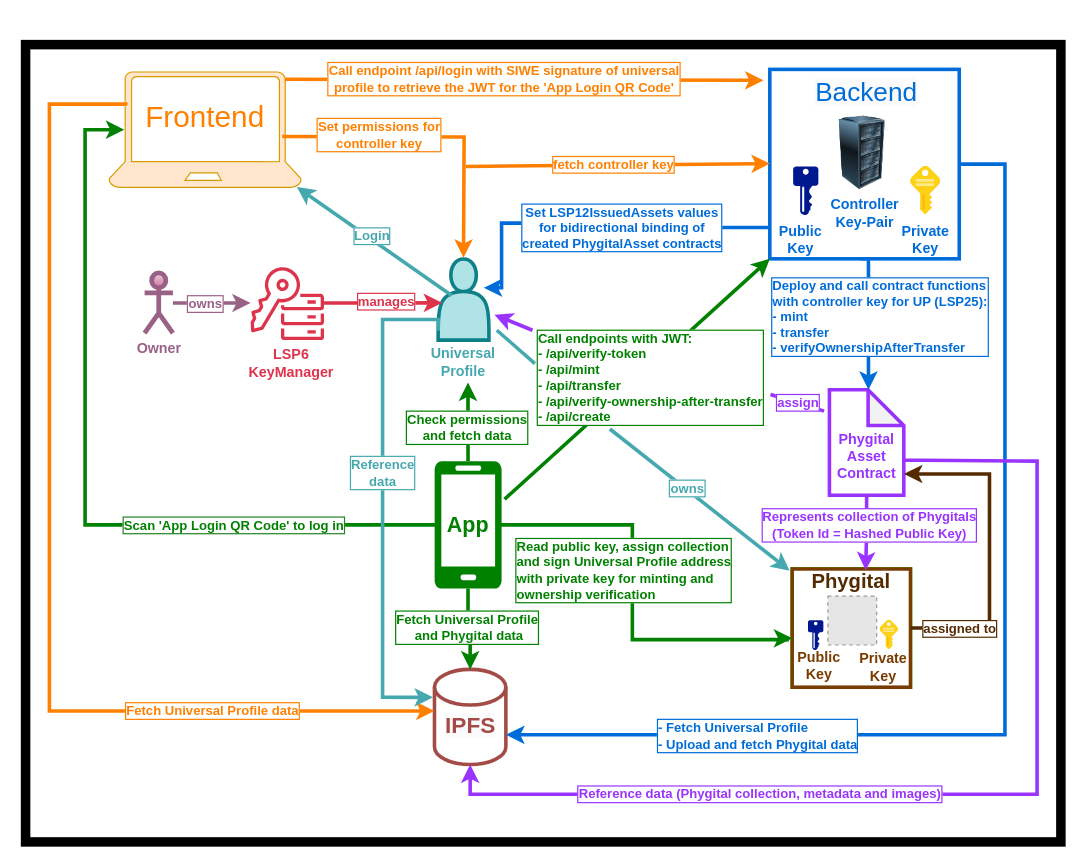
This is images/overview.drawio from Tuszy/phygital, a draw.io file, before an edit. Source tidied: cells renumbered, new cells numbered last; positions are measured from the earlier drawing's top-left corner, leaving out a move shared by most shapes. Both pictures are drawn from the tidied source at 119%, with x=0, y=0 at pixel (25, 20). Pictures stored in the file or linked from it are replaced by grey dashed boxes.
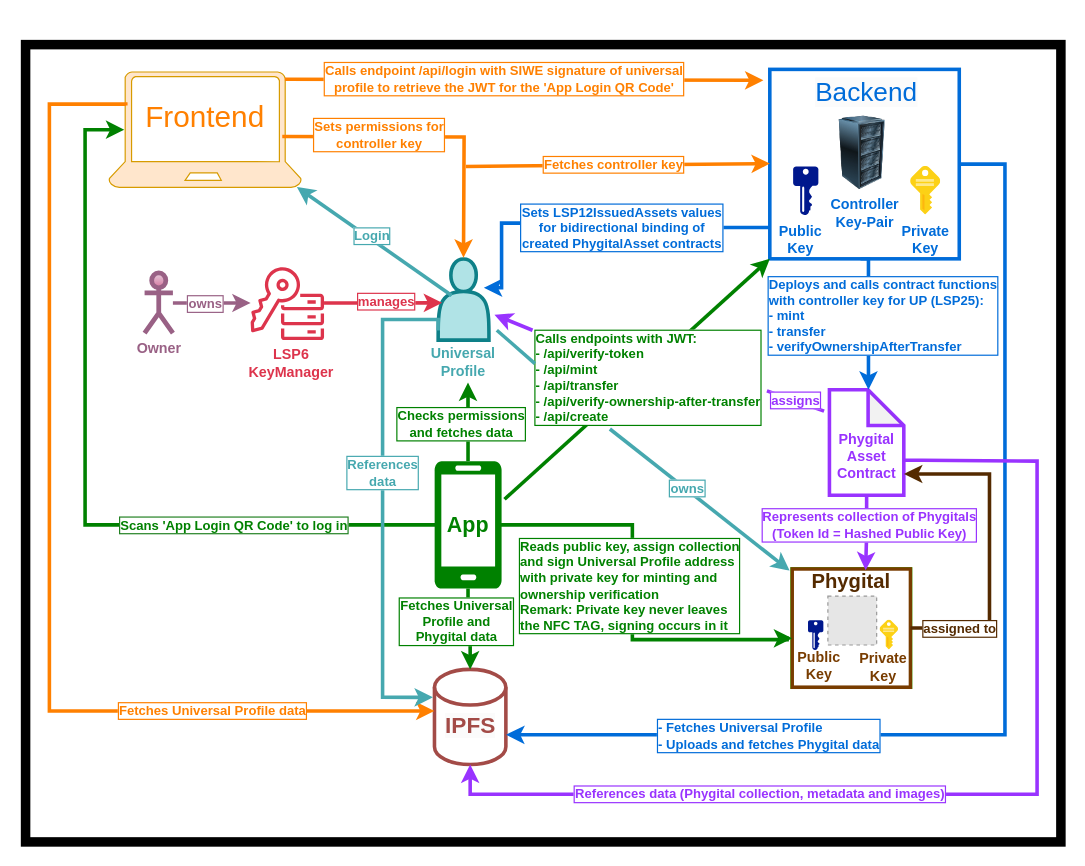
The same diagram, later.

Commit message (it also covers changes not shown here):
upadte overview diagram

Unchanged cells that the change refers to:
```xml
<mxCell id="13" style="edgeStyle=orthogonalEdgeStyle;rounded=0;orthogonalLoop=1;jettySize=auto;html=1;exitX=0;exitY=0.5;exitDx=0;exitDy=0;entryX=0.9;entryY=0.5;entryDx=0;entryDy=0;entryPerimeter=0;fontStyle=1;strokeColor=#006CD9;strokeWidth=3;" parent="3" edge="1">
  <mxGeometry relative="1" as="geometry">
    <mxPoint x="545.4" y="-16.3" as="sourcePoint" />
    <mxPoint x="305.1" y="34.3" as="targetPoint" />
    <Array as="points">
      <mxPoint x="427" y="-16" />
      <mxPoint x="427" y="-20" />
      <mxPoint x="320" y="-20" />
      <mxPoint x="320" y="34" />
    </Array>
  </mxGeometry>
</mxCell>
<mxCell id="36" style="edgeStyle=orthogonalEdgeStyle;rounded=0;orthogonalLoop=1;jettySize=auto;html=1;exitX=0.901;exitY=0.501;exitDx=0;exitDy=0;exitPerimeter=0;strokeColor=#FF8000;strokeWidth=3;" parent="1" edge="1">
  <mxGeometry relative="1" as="geometry">
    <mxPoint x="215.7" y="97.2" as="sourcePoint" />
    <mxPoint x="368" y="199" as="targetPoint" />
  </mxGeometry>
</mxCell>
<mxCell id="38" style="endArrow=classic;html=1;rounded=0;entryX=0;entryY=0.25;entryDx=0;entryDy=0;strokeColor=#FF8000;strokeWidth=3;" parent="1" edge="1">
  <mxGeometry relative="1" as="geometry">
    <mxPoint x="370" y="122.4" as="sourcePoint" />
    <mxPoint x="625.4" y="120" as="targetPoint" />
  </mxGeometry>
</mxCell>
<mxCell id="40" style="endArrow=classic;html=1;rounded=0;exitX=0.915;exitY=0.063;exitDx=0;exitDy=0;exitPerimeter=0;fontColor=#D6B656;strokeColor=#FF8000;strokeWidth=3;" parent="1" edge="1" source="16">
  <mxGeometry relative="1" as="geometry">
    <mxPoint x="620" y="50" as="targetPoint" />
  </mxGeometry>
</mxCell>
<mxCell id="50" style="edgeStyle=orthogonalEdgeStyle;rounded=0;jettySize=auto;html=1;entryX=0;entryY=0.437;entryDx=0;entryDy=0;entryPerimeter=0;exitX=0.088;exitY=0.29;exitDx=0;exitDy=0;exitPerimeter=0;fillColor=#fff2cc;strokeColor=#FF8000;strokeWidth=3;" parent="1" edge="1" source="16" target="43">
  <mxGeometry relative="1" as="geometry">
    <Array as="points">
      <mxPoint x="84" y="70" />
      <mxPoint x="20" y="70" />
      <mxPoint x="20" y="580" />
    </Array>
  </mxGeometry>
</mxCell>
<mxCell id="52" style="edgeStyle=orthogonalEdgeStyle;rounded=0;jettySize=auto;html=1;entryX=0.08;entryY=0.5;entryDx=0;entryDy=0;entryPerimeter=0;strokeWidth=3;fillColor=#d5e8d4;strokeColor=#008100;" parent="1" edge="1" source="49" target="16">
  <mxGeometry relative="1" as="geometry">
    <Array as="points">
      <mxPoint x="50" y="424" />
      <mxPoint x="50" y="91" />
    </Array>
  </mxGeometry>
</mxCell>
<mxCell id="54" style="edgeStyle=orthogonalEdgeStyle;rounded=0;jettySize=auto;html=1;exitX=0.5;exitY=0;exitDx=0;exitDy=0;exitPerimeter=0;entryX=0.559;entryY=1;entryDx=0;entryDy=0;entryPerimeter=0;strokeWidth=3;strokeColor=#008100;" parent="1" edge="1" source="48" target="6">
  <mxGeometry relative="1" as="geometry" />
</mxCell>
<mxCell id="56" style="edgeStyle=orthogonalEdgeStyle;rounded=0;jettySize=auto;html=1;exitX=0.5;exitY=1;exitDx=0;exitDy=0;exitPerimeter=0;entryX=0.5;entryY=0;entryDx=0;entryDy=0;entryPerimeter=0;strokeWidth=3;strokeColor=#008100;" parent="1" edge="1" source="48" target="43">
  <mxGeometry relative="1" as="geometry" />
</mxCell>
<mxCell id="58" style="edgeStyle=orthogonalEdgeStyle;rounded=0;orthogonalLoop=1;jettySize=auto;html=1;entryX=0.001;entryY=0.587;entryDx=0;entryDy=0;entryPerimeter=0;strokeWidth=3;strokeColor=#008100;" parent="1" edge="1">
  <mxGeometry relative="1" as="geometry">
    <mxPoint x="396.7" y="423.6" as="sourcePoint" />
    <mxPoint x="644.2" y="518.9" as="targetPoint" />
    <Array as="points">
      <mxPoint x="509.9" y="424" />
      <mxPoint x="509.9" y="520" />
      <mxPoint x="639.9" y="520" />
      <mxPoint x="639.9" y="519" />
    </Array>
  </mxGeometry>
</mxCell>
<mxCell id="63" style="edgeStyle=orthogonalEdgeStyle;rounded=0;jettySize=auto;html=1;exitX=1;exitY=0.5;exitDx=0;exitDy=0;entryX=1.004;entryY=0.686;entryDx=0;entryDy=0;entryPerimeter=0;fontColor=#006CD9;labelBorderColor=#006CD9;strokeWidth=3;strokeColor=#006CD9;" parent="1" edge="1" source="19" target="43">
  <mxGeometry relative="1" as="geometry">
    <Array as="points">
      <mxPoint x="823" y="120" />
      <mxPoint x="823" y="600" />
      <mxPoint x="416" y="600" />
    </Array>
  </mxGeometry>
</mxCell>
<mxCell id="65" style="edgeStyle=orthogonalEdgeStyle;rounded=0;jettySize=auto;html=1;entryX=-0.022;entryY=0.294;entryDx=0;entryDy=0;entryPerimeter=0;exitX=0;exitY=0.883;exitDx=0;exitDy=0;exitPerimeter=0;strokeWidth=3;strokeColor=#46A8AF;" parent="1" edge="1" source="5" target="43">
  <mxGeometry relative="1" as="geometry">
    <Array as="points">
      <mxPoint x="347" y="251" />
      <mxPoint x="300" y="251" />
      <mxPoint x="300" y="569" />
    </Array>
  </mxGeometry>
</mxCell>
<mxCell id="67" style="edgeStyle=orthogonalEdgeStyle;rounded=0;jettySize=auto;html=1;entryX=0.5;entryY=1;entryDx=0;entryDy=0;entryPerimeter=0;exitX=0;exitY=0;exitDx=62.5103843579692;exitDy=59.34;exitPerimeter=0;strokeWidth=3;strokeColor=#9933FF;" parent="1" edge="1" source="61" target="43">
  <mxGeometry relative="1" as="geometry">
    <Array as="points">
      <mxPoint x="753" y="369" />
      <mxPoint x="850" y="370" />
      <mxPoint x="850" y="650" />
      <mxPoint x="374" y="650" />
    </Array>
  </mxGeometry>
</mxCell>
<mxCell id="69" style="edgeStyle=orthogonalEdgeStyle;rounded=0;orthogonalLoop=1;jettySize=auto;html=1;entryX=0.5;entryY=0;entryDx=0;entryDy=0;entryPerimeter=0;strokeColor=#006CD9;strokeWidth=3;fontColor=#006CD9;" parent="1" edge="1">
  <mxGeometry relative="1" as="geometry">
    <mxPoint x="701.6" y="200" as="sourcePoint" />
    <mxPoint x="708.3" y="310" as="targetPoint" />
    <Array as="points">
      <mxPoint x="708" y="200" />
    </Array>
  </mxGeometry>
</mxCell>
<mxCell id="71" style="endArrow=classic;html=1;rounded=0;entryX=0;entryY=1;entryDx=0;entryDy=0;exitX=1.044;exitY=0.299;exitDx=0;exitDy=0;exitPerimeter=0;strokeWidth=3;strokeColor=#008100;" parent="1" edge="1" source="48" target="19">
  <mxGeometry relative="1" as="geometry" />
</mxCell>
<mxCell id="82" style="endArrow=classic;html=1;rounded=0;strokeColor=#9933FF;strokeWidth=3;" parent="1" edge="1">
  <mxGeometry relative="1" as="geometry">
    <mxPoint x="426" y="260" as="sourcePoint" />
    <mxPoint x="394" y="247" as="targetPoint" />
  </mxGeometry>
</mxCell>
```

The edit, as a diff of the source:
```diff
@@
-    <mxCell id="14" value="Set LSP12IssuedAssets values&lt;br&gt;for bidirectional binding of&lt;br&gt;created PhygitalAsset contracts" style="edgeLabel;html=1;align=center;verticalAlign=middle;fontStyle=1;fontColor=#006CD9;labelBorderColor=#006CD9;" parent="13" vertex="1">
+    <mxCell id="14" value="Sets LSP12IssuedAssets values&lt;br&gt;for bidirectional binding of&lt;br&gt;created PhygitalAsset contracts" style="edgeLabel;html=1;align=center;verticalAlign=middle;fontStyle=1;fontColor=#006CD9;labelBorderColor=#006CD9;" parent="13" vertex="1">
       <mxGeometry x="0.09" relative="1" as="geometry">
         <mxPoint x="34" y="3" as="offset" />
       </mxGeometry>
     </mxCell>
@@
-    <mxCell id="37" value="Set permissions for &lt;br&gt;controller key" style="edgeLabel;html=1;align=center;verticalAlign=middle;fontColor=#FF8000;labelBorderColor=#FF8000;fontStyle=1;" parent="36" vertex="1">
+    <mxCell id="37" value="Sets permissions for &lt;br&gt;controller key" style="edgeLabel;html=1;align=center;verticalAlign=middle;fontColor=#FF8000;labelBorderColor=#FF8000;fontStyle=1;" parent="36" vertex="1">
       <mxGeometry x="0.47" y="2" relative="1" as="geometry">
         <mxPoint x="-74" y="-36" as="offset" />
       </mxGeometry>
     </mxCell>
@@
-    <mxCell id="39" value="fetch&amp;nbsp;controller key" style="edgeLabel;html=1;align=center;verticalAlign=middle;fontColor=#FF8000;labelBorderColor=#FF8000;fontStyle=1;" parent="38" vertex="1">
+    <mxCell id="39" value="Fetches controller key" style="edgeLabel;html=1;align=center;verticalAlign=middle;fontColor=#FF8000;labelBorderColor=#FF8000;fontStyle=1;" parent="38" vertex="1">
       <mxGeometry x="-0.52" y="1" relative="1" as="geometry">
         <mxPoint x="63" as="offset" />
       </mxGeometry>
     </mxCell>
@@
-    <mxCell id="41" value="Call endpoint /api/login with SIWE signature of universal&lt;br&gt;profile to retrieve the JWT for the 'App Login QR Code'" style="edgeLabel;html=1;align=center;verticalAlign=middle;fontColor=#FF8000;labelBorderColor=#FF8000;fontStyle=1;" parent="40" vertex="1">
+    <mxCell id="41" value="Calls endpoint /api/login with SIWE signature of universal&lt;br&gt;profile to retrieve the JWT for the 'App Login QR Code'" style="edgeLabel;html=1;align=center;verticalAlign=middle;fontColor=#FF8000;labelBorderColor=#FF8000;fontStyle=1;" parent="40" vertex="1">
       <mxGeometry x="-0.25" y="2" relative="1" as="geometry">
         <mxPoint x="33" y="1" as="offset" />
       </mxGeometry>
     </mxCell>
@@
-    <mxCell id="51" value="Fetch Universal Profile data" style="edgeLabel;html=1;align=center;verticalAlign=middle;labelBorderColor=#FF8000;fontColor=#FF8000;fontStyle=1;" parent="50" vertex="1">
+    <mxCell id="51" value="Fetches Universal Profile data" style="edgeLabel;html=1;align=center;verticalAlign=middle;labelBorderColor=#FF8000;fontColor=#FF8000;fontStyle=1;" parent="50" vertex="1">
       <mxGeometry x="0.44" y="-2" relative="1" as="geometry">
         <mxPoint x="65" y="-2" as="offset" />
       </mxGeometry>
     </mxCell>
@@
-    <mxCell id="53" value="Scan 'App Login QR Code' to log in" style="edgeLabel;html=1;align=center;verticalAlign=middle;fontColor=#008100;labelBorderColor=#228122;fontStyle=1;" parent="52" vertex="1">
+    <mxCell id="53" value="Scans 'App Login QR Code' to log in" style="edgeLabel;html=1;align=center;verticalAlign=middle;fontColor=#008100;labelBorderColor=#228122;fontStyle=1;" parent="52" vertex="1">
       <mxGeometry x="-0.48" relative="1" as="geometry" />
     </mxCell>
@@
-    <mxCell id="55" value="Check permissions&lt;br&gt;and fetch data" style="edgeLabel;html=1;align=center;verticalAlign=middle;fontColor=#008100;labelBorderColor=#008100;fontStyle=1;" parent="54" vertex="1">
-      <mxGeometry x="-0.11" y="1" relative="1" as="geometry" />
+    <mxCell id="55" value="Checks permissions&lt;br&gt;and fetches data" style="edgeLabel;html=1;align=center;verticalAlign=middle;fontColor=#008100;labelBorderColor=#008100;fontStyle=1;" parent="54" vertex="1">
+      <mxGeometry x="-0.11" y="1" relative="1" as="geometry">
+        <mxPoint x="-5" y="-3" as="offset" />
+      </mxGeometry>
     </mxCell>
@@
-    <mxCell id="57" value="Fetch Universal Profile&lt;br&gt;&amp;nbsp;and Phygital data" style="edgeLabel;html=1;align=center;verticalAlign=middle;fontColor=#008100;labelBorderColor=#008100;fontStyle=1;" parent="56" vertex="1">
+    <mxCell id="57" value="Fetches Universal&lt;br&gt;Profile and &lt;br&gt;Phygital data" style="edgeLabel;html=1;align=center;verticalAlign=middle;fontColor=#008100;labelBorderColor=#008100;fontStyle=1;" parent="56" vertex="1">
       <mxGeometry y="2" relative="1" as="geometry">
-        <mxPoint x="-2" as="offset" />
+        <mxPoint x="-11" y="-5" as="offset" />
       </mxGeometry>
     </mxCell>
@@
-    <mxCell id="59" value="Read public key, assign collection&lt;br&gt;and sign Universal Profile address&lt;br&gt;with private key for minting and&lt;br&gt;ownership verification" style="edgeLabel;html=1;align=left;verticalAlign=middle;fontColor=#008100;labelBorderColor=#008100;fontStyle=1;" parent="58" vertex="1">
+    <mxCell id="59" value="Reads public key, assign collection&lt;br&gt;and sign Universal Profile address&lt;br&gt;with private key for minting and&lt;br&gt;ownership verification&lt;br&gt;Remark: Private key never leaves &lt;br&gt;the NFC TAG, signing occurs in it" style="edgeLabel;html=1;align=left;verticalAlign=middle;fontColor=#008100;labelBorderColor=#008100;fontStyle=1;" parent="58" vertex="1">
       <mxGeometry x="-0.16" y="2" relative="1" as="geometry">
-        <mxPoint x="-102" y="6" as="offset" />
+        <mxPoint x="-99" y="19" as="offset" />
       </mxGeometry>
     </mxCell>
@@
-    <mxCell id="64" value="- Fetch Universal Profile&lt;br&gt;- Upload and fetch Phygital data" style="edgeLabel;html=1;align=left;verticalAlign=middle;fontStyle=1;fontColor=#006CD9;labelBorderColor=#006CD9;" parent="63" vertex="1">
+    <mxCell id="64" value="- Fetches Universal Profile&lt;br&gt;- Uploads and fetches Phygital data" style="edgeLabel;html=1;align=left;verticalAlign=middle;fontStyle=1;fontColor=#006CD9;labelBorderColor=#006CD9;" parent="63" vertex="1">
       <mxGeometry x="0.5" relative="1" as="geometry">
         <mxPoint x="-109" as="offset" />
       </mxGeometry>
     </mxCell>
@@
-    <mxCell id="66" value="Reference&lt;br&gt;data" style="edgeLabel;html=1;align=center;verticalAlign=middle;rotation=0;fontStyle=1;fontColor=#46A8AF;labelBorderColor=#46A8AF;" parent="65" vertex="1">
+    <mxCell id="66" value="References&lt;br&gt;data" style="edgeLabel;html=1;align=center;verticalAlign=middle;rotation=0;fontStyle=1;fontColor=#46A8AF;labelBorderColor=#46A8AF;" parent="65" vertex="1">
       <mxGeometry x="-0.11" y="-1" relative="1" as="geometry" />
     </mxCell>
@@
-    <mxCell id="68" value="Reference data (Phygital collection, metadata and images)" style="edgeLabel;html=1;align=center;verticalAlign=middle;fontStyle=1;fontColor=#9933FF;labelBorderColor=#9933FF;" parent="67" vertex="1">
+    <mxCell id="68" value="References data (Phygital collection, metadata and images)" style="edgeLabel;html=1;align=center;verticalAlign=middle;fontStyle=1;fontColor=#9933FF;labelBorderColor=#9933FF;" parent="67" vertex="1">
       <mxGeometry x="0.4" y="-1" relative="1" as="geometry" />
     </mxCell>
@@
-    <mxCell id="70" value="Deploy and call contract functions&lt;br&gt;with controller key&amp;nbsp;for UP (LSP25): &lt;br&gt;- mint&lt;br&gt;- transfer&lt;br&gt;- verifyOwnershipAfterTransfer" style="edgeLabel;html=1;align=left;verticalAlign=middle;fontStyle=1;fontColor=#006CD9;labelBorderColor=#006CD9;" parent="69" vertex="1">
+    <mxCell id="70" value="Deploys and calls contract functions&lt;br&gt;with controller key&amp;nbsp;for UP (LSP25): &lt;br&gt;- mint&lt;br&gt;- transfer&lt;br&gt;- verifyOwnershipAfterTransfer" style="edgeLabel;html=1;align=left;verticalAlign=middle;fontStyle=1;fontColor=#006CD9;labelBorderColor=#006CD9;" parent="69" vertex="1">
       <mxGeometry x="-0.13" y="-1" relative="1" as="geometry">
-        <mxPoint x="-82" y="4" as="offset" />
+        <mxPoint x="-85" y="3" as="offset" />
       </mxGeometry>
     </mxCell>
@@
-    <mxCell id="72" value="Call endpoints with JWT:&lt;br&gt;- /api/verify-token&lt;br&gt;- /api/mint&lt;br&gt;- /api/transfer&lt;br&gt;- /api/verify-ownership-after-transfer&lt;br&gt;- /api/create" style="edgeLabel;html=1;align=left;verticalAlign=middle;labelBackgroundColor=default;rotation=0;fontColor=#008100;labelBorderColor=#008100;fontStyle=1;" parent="71" vertex="1">
+    <mxCell id="72" value="Calls endpoints with JWT:&lt;br&gt;- /api/verify-token&lt;br&gt;- /api/mint&lt;br&gt;- /api/transfer&lt;br&gt;- /api/verify-ownership-after-transfer&lt;br&gt;- /api/create" style="edgeLabel;html=1;align=left;verticalAlign=middle;labelBackgroundColor=default;rotation=0;fontColor=#008100;labelBorderColor=#008100;fontStyle=1;" parent="71" vertex="1">
       <mxGeometry x="0.09" y="-2" relative="1" as="geometry">
-        <mxPoint x="-97" y="6" as="offset" />
+        <mxPoint x="-99" y="6" as="offset" />
       </mxGeometry>
     </mxCell>
@@
     <mxCell id="81" style="endArrow=none;html=1;rounded=0;strokeWidth=3;strokeColor=#9933FF;" parent="1" edge="1">
       <mxGeometry relative="1" as="geometry">
         <mxPoint x="671" y="328" as="sourcePoint" />
-        <mxPoint x="626" y="314" as="targetPoint" />
+        <mxPoint x="623" y="311" as="targetPoint" />
       </mxGeometry>
     </mxCell>
@@
-    <mxCell id="83" value="assign" style="edgeLabel;html=1;align=center;verticalAlign=middle;rotation=0;fontStyle=1;fontColor=#9933FF;labelBorderColor=#9933FF;" parent="82" vertex="1">
+    <mxCell id="83" value="assigns" style="edgeLabel;html=1;align=center;verticalAlign=middle;rotation=0;fontStyle=1;fontColor=#9933FF;labelBorderColor=#9933FF;" parent="82" vertex="1">
       <mxGeometry x="0.38" y="-3" relative="1" as="geometry">
-        <mxPoint x="244" y="72" as="offset" />
+        <mxPoint x="242" y="70" as="offset" />
       </mxGeometry>
     </mxCell>
```
